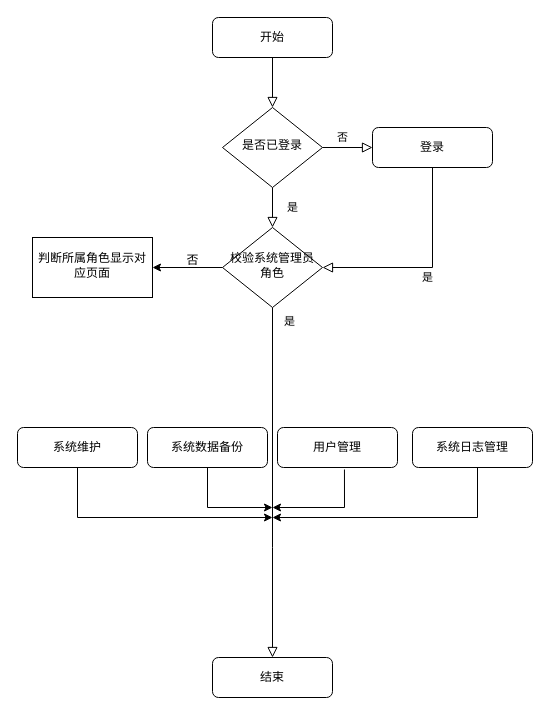
Above: 系统管理员功能流程图.drawio in creazy412/none (draw.io), before the change. Source tidied: cells renumbered, new cells numbered last; positions are measured from the earlier drawing's top-left corner, leaving out a move shared by most shapes. Both pictures are drawn from the tidied source at 100%, with x=0, y=0 at pixel (17, 17).
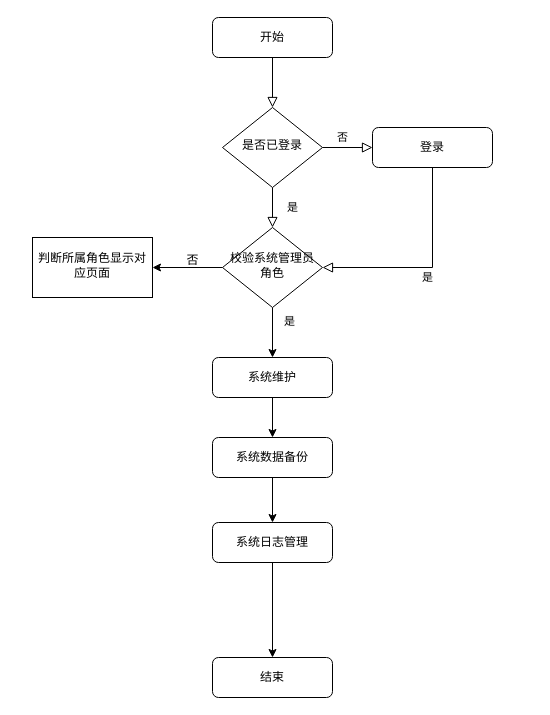
After the change.

Commit message:
更新系统管理员功能流程图.drawio

The change refers to these unchanged cells:
```xml
<mxCell id="11" value="校验系统管理员角色" style="rhombus;whiteSpace=wrap;html=1;shadow=0;fontFamily=Helvetica;fontSize=12;align=center;strokeWidth=1;spacing=6;spacingTop=-4;" parent="1" vertex="1">
  <mxGeometry x="205" y="210" width="100" height="80" as="geometry" />
</mxCell>
<mxCell id="12" value="结束" style="rounded=1;whiteSpace=wrap;html=1;fontSize=12;glass=0;strokeWidth=1;shadow=0;" parent="1" vertex="1">
  <mxGeometry x="195" y="640" width="120" height="40" as="geometry" />
</mxCell>
```

Diff of the diagram source:
```diff
@@
-    <mxCell id="8" style="rounded=0;html=1;jettySize=auto;fontSize=11;endArrow=block;endFill=0;endSize=8;strokeWidth=1;shadow=0;labelBackgroundColor=none;edgeStyle=orthogonalEdgeStyle;exitX=0.5;exitY=1;exitDx=0;exitDy=0;" parent="1" edge="1" source="11" target="12">
-      <mxGeometry x="0.34" y="20" relative="1" as="geometry">
-        <Array as="points">
-          <mxPoint x="255" y="530" />
-          <mxPoint x="255" y="530" />
-        </Array>
-      </mxGeometry>
-    </mxCell>
@@
+    <mxCell id="24" style="edgeStyle=orthogonalEdgeStyle;rounded=0;jettySize=auto;html=1;" parent="1" edge="1" source="11" target="21">
+      <mxGeometry relative="1" as="geometry" />
+    </mxCell>
@@
-    <mxCell id="13" style="edgeStyle=orthogonalEdgeStyle;rounded=0;jettySize=auto;html=1;exitX=0.558;exitY=1.05;exitDx=0;exitDy=0;exitPerimeter=0;" parent="1" edge="1" source="19">
-      <mxGeometry relative="1" as="geometry">
-        <mxPoint x="255" y="490" as="targetPoint" />
-        <Array as="points">
-          <mxPoint x="327" y="490" />
-        </Array>
-      </mxGeometry>
-    </mxCell>
-    <mxCell id="14" style="edgeStyle=orthogonalEdgeStyle;rounded=0;jettySize=auto;html=1;exitX=0.5;exitY=1;exitDx=0;exitDy=0;" parent="1" edge="1" source="20">
-      <mxGeometry relative="1" as="geometry">
-        <mxPoint x="255" y="500" as="targetPoint" />
-        <Array as="points">
-          <mxPoint x="460" y="500" />
-        </Array>
-      </mxGeometry>
-    </mxCell>
@@
+    <mxCell id="25" style="edgeStyle=orthogonalEdgeStyle;rounded=0;jettySize=auto;html=1;" parent="1" edge="1" source="18" target="20">
+      <mxGeometry relative="1" as="geometry" />
+    </mxCell>
     <mxCell id="18" value="系统数据备份" style="rounded=1;whiteSpace=wrap;html=1;fontSize=12;glass=0;strokeWidth=1;shadow=0;" parent="1" vertex="1">
-      <mxGeometry x="130" y="410" width="120" height="40" as="geometry" />
+      <mxGeometry x="195" y="420" width="120" height="40" as="geometry" />
     </mxCell>
-    <mxCell id="19" value="用户管理" style="rounded=1;whiteSpace=wrap;html=1;fontSize=12;glass=0;strokeWidth=1;shadow=0;" parent="1" vertex="1">
-      <mxGeometry x="260" y="410" width="120" height="40" as="geometry" />
-    </mxCell>
+    <mxCell id="26" style="edgeStyle=orthogonalEdgeStyle;rounded=0;jettySize=auto;html=1;" parent="1" edge="1" source="20" target="12">
+      <mxGeometry relative="1" as="geometry" />
+    </mxCell>
     <mxCell id="20" value="系统日志管理" style="rounded=1;whiteSpace=wrap;html=1;fontSize=12;glass=0;strokeWidth=1;shadow=0;" parent="1" vertex="1">
-      <mxGeometry x="395" y="410" width="120" height="40" as="geometry" />
+      <mxGeometry x="195" y="505" width="120" height="40" as="geometry" />
     </mxCell>
+    <mxCell id="27" style="edgeStyle=orthogonalEdgeStyle;rounded=0;jettySize=auto;html=1;" parent="1" edge="1" source="21" target="18">
+      <mxGeometry relative="1" as="geometry" />
+    </mxCell>
     <mxCell id="21" value="系统维护" style="rounded=1;whiteSpace=wrap;html=1;fontSize=12;glass=0;strokeWidth=1;shadow=0;" parent="1" vertex="1">
-      <mxGeometry y="410" width="120" height="40" as="geometry" />
+      <mxGeometry x="195" y="340" width="120" height="40" as="geometry" />
     </mxCell>
-    <mxCell id="22" style="edgeStyle=orthogonalEdgeStyle;rounded=0;jettySize=auto;html=1;exitX=0.5;exitY=1;exitDx=0;exitDy=0;" parent="1" edge="1" source="18">
-      <mxGeometry relative="1" as="geometry">
-        <mxPoint x="255" y="490" as="targetPoint" />
-        <Array as="points">
-          <mxPoint x="190" y="490" />
-        </Array>
-      </mxGeometry>
-    </mxCell>
-    <mxCell id="23" style="edgeStyle=orthogonalEdgeStyle;rounded=0;jettySize=auto;html=1;exitX=0.5;exitY=1;exitDx=0;exitDy=0;" parent="1" edge="1" source="21">
-      <mxGeometry relative="1" as="geometry">
-        <mxPoint x="255" y="500" as="targetPoint" />
-        <Array as="points">
-          <mxPoint x="60" y="500" />
-        </Array>
-      </mxGeometry>
-    </mxCell>
```
